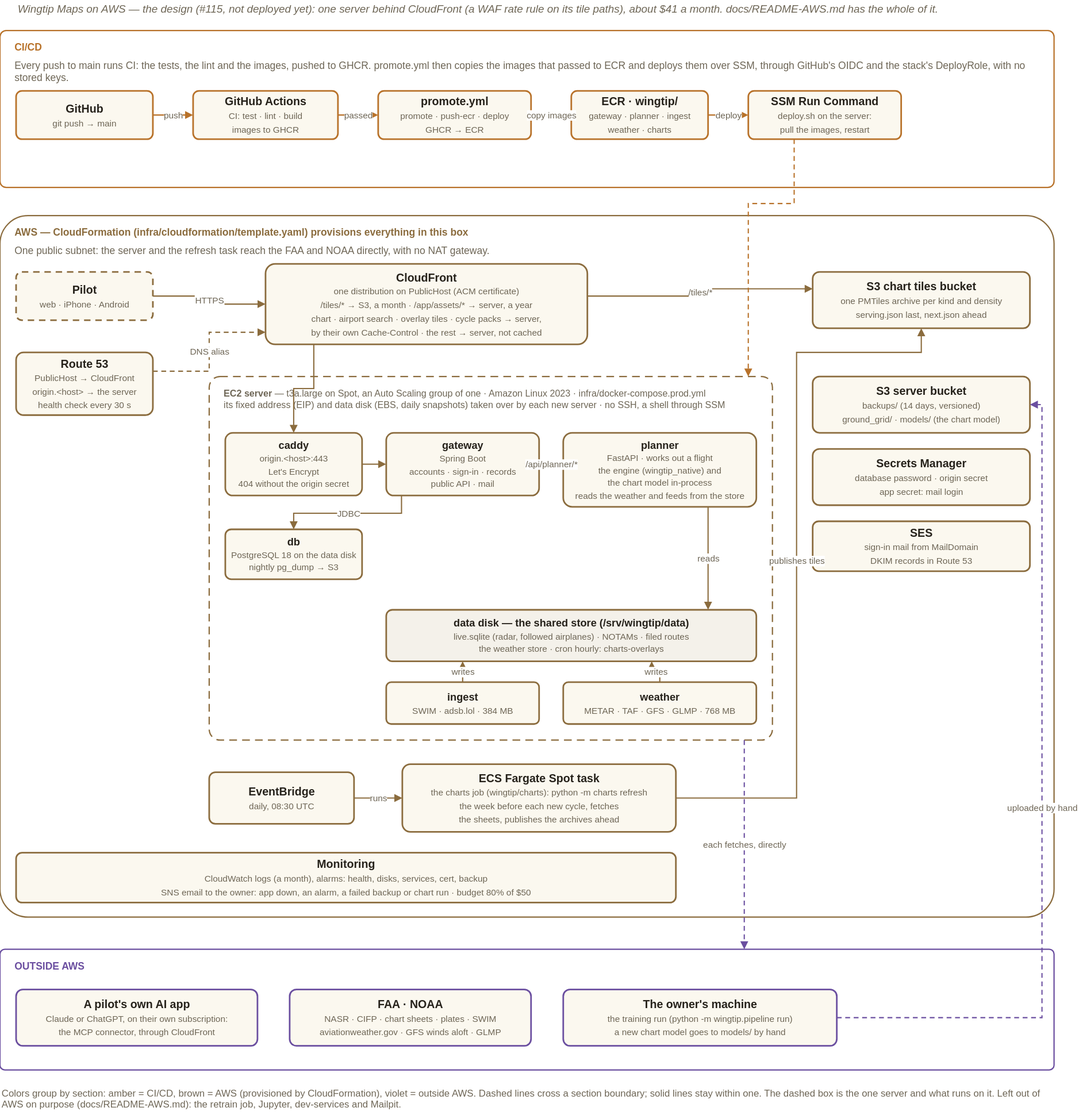
Above: docs/architecture-aws.svg in asdaq-samir/wingtip (draw.io), before the change. Source tidied: cells renumbered, new cells last; positions are measured from the earlier drawing's top-left corner, leaving out a move shared by most shapes.
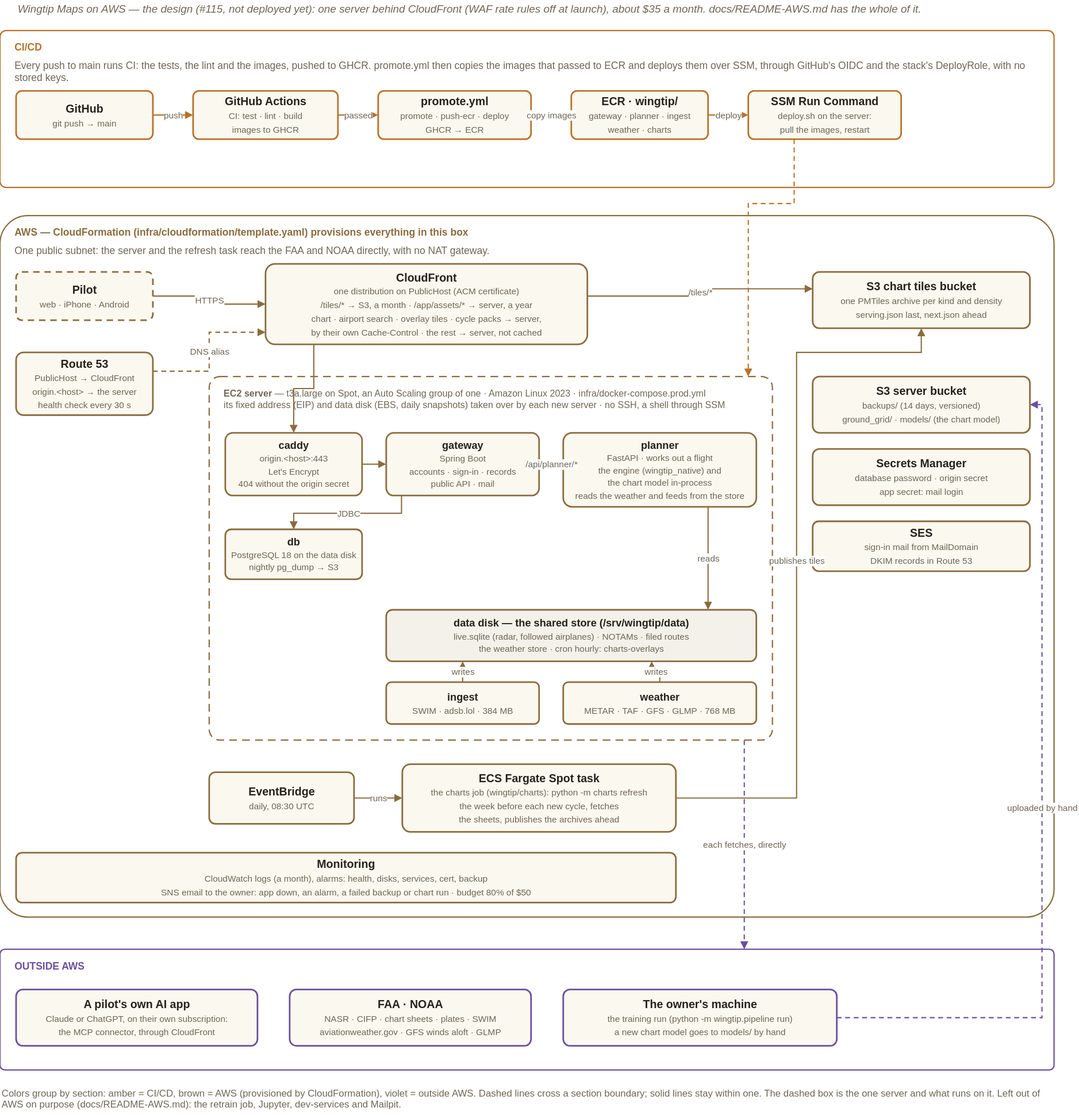
After the commit.

Diff of the diagram source:
```diff
@@ -2,7 +2,7 @@
   <root>
     <mxCell id="0" />
     <mxCell id="1" parent="0" />
-    <mxCell id="2" value="Wingtip Maps on AWS — the design (#115, not deployed yet): one server behind CloudFront (a WAF rate rule on its tile paths), about $41 a month. docs/README-AWS.md has the whole of it." style="text;html=1;fontSize=13.5;fontStyle=2;fontColor=#6E6656;align=left;verticalAlign=middle;" parent="1" vertex="1">
+    <mxCell id="2" value="Wingtip Maps on AWS — the design (#115, not deployed yet): one server behind CloudFront (WAF rate rules off at launch), about $35 a month. docs/README-AWS.md has the whole of it." style="text;html=1;fontSize=13.5;fontStyle=2;fontColor=#6E6656;align=left;verticalAlign=middle;" parent="1" vertex="1">
       <mxGeometry x="20" width="1270" height="24" as="geometry" />
     </mxCell>
     <mxCell id="3" style="rounded=1;whiteSpace=wrap;html=1;arcSize=4;fillColor=none;strokeColor=#B8722A;strokeWidth=1.6;" parent="1" vertex="1">
```
